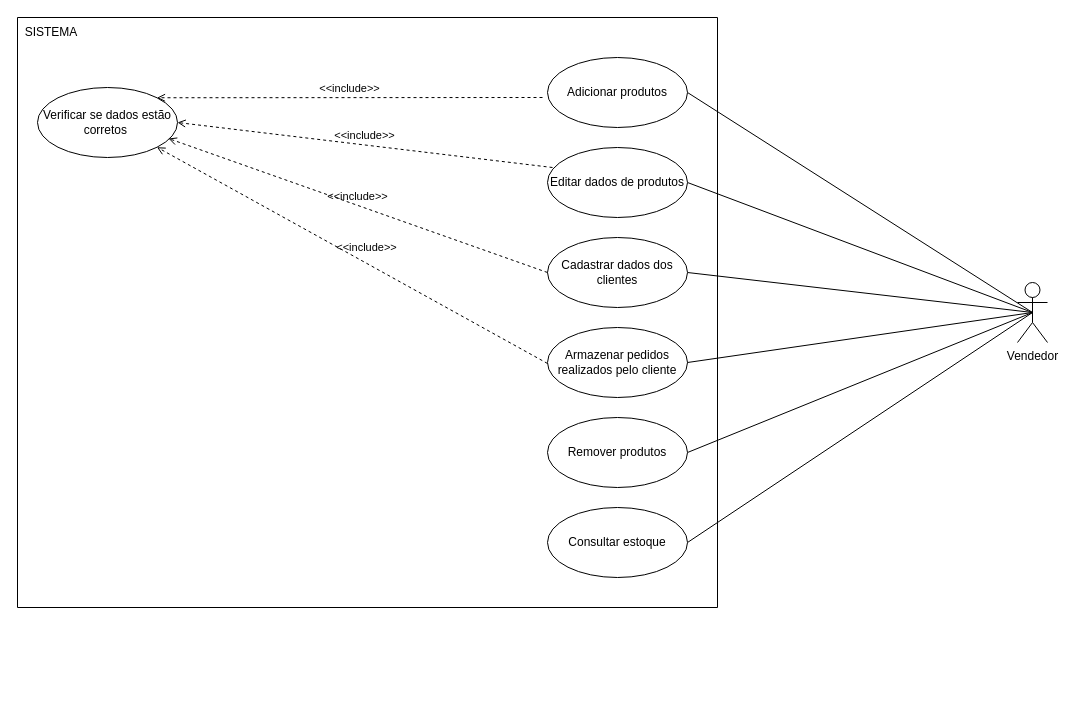
This is CASOS_DE_USO/diagrama_casos_de_uso.drawio from guifrazao/PROJETO_ESW1, a draw.io file, before an edit. Source tidied: cells renumbered, new cells numbered last; positions are measured from the earlier drawing's top-left corner, leaving out a move shared by most shapes. Both pictures are drawn from the tidied source at 100%, with x=0, y=0 at pixel (17, 17).
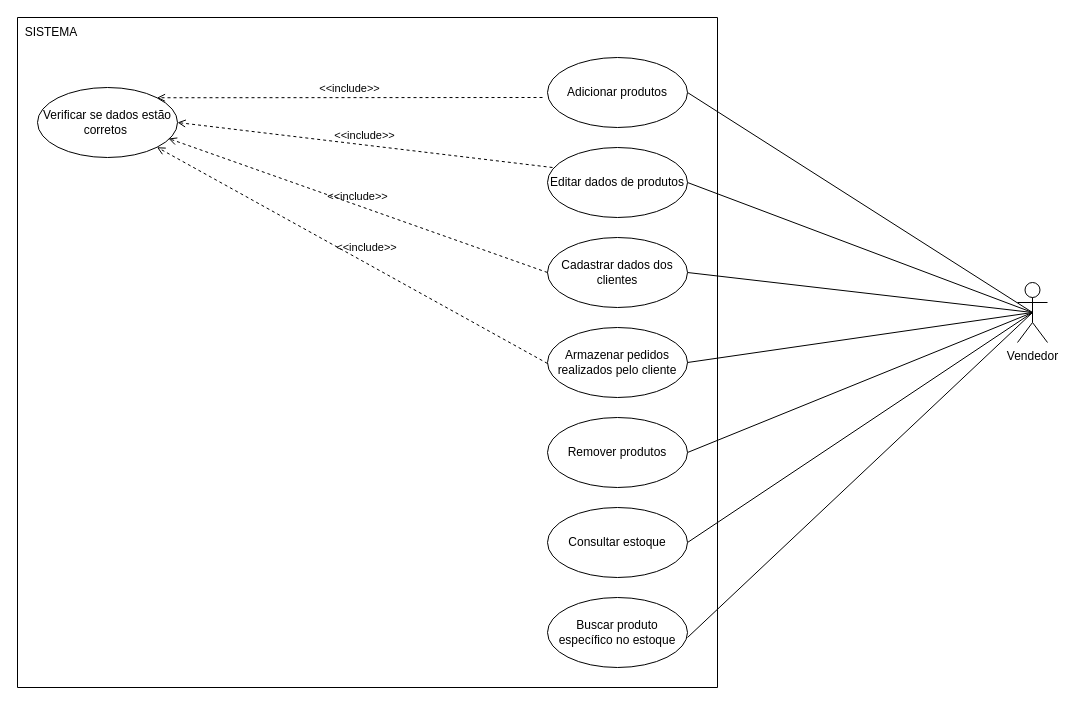
After the change.

The change refers to these unchanged cells:
```xml
<mxCell id="2" value="Vendedor" style="shape=umlActor;verticalLabelPosition=bottom;verticalAlign=top;html=1;" parent="1" vertex="1">
  <mxGeometry x="1000" y="265" width="30" height="60" as="geometry" />
</mxCell>
```

Change to the diagram source:
```diff
@@
     <mxCell id="8" style="swimlane;startSize=0;" parent="1" vertex="1">
-      <mxGeometry width="700" height="590" as="geometry" />
+      <mxGeometry width="700" height="670" as="geometry" />
     </mxCell>
@@
+    <mxCell id="23" value="Buscar produto específico no estoque" style="ellipse;whiteSpace=wrap;html=1;" parent="8" vertex="1">
+      <mxGeometry x="530" y="580" width="140" height="70" as="geometry" />
+    </mxCell>
@@
+    <mxCell id="24" style="endArrow=none;html=1;rounded=0;entryX=0.5;entryY=0.5;entryDx=0;entryDy=0;entryPerimeter=0;exitX=1;exitY=0.5;exitDx=0;exitDy=0;" parent="1" edge="1" target="2">
+      <mxGeometry relative="1" as="geometry">
+        <mxPoint x="670" y="620" as="sourcePoint" />
+      </mxGeometry>
+    </mxCell>
```
